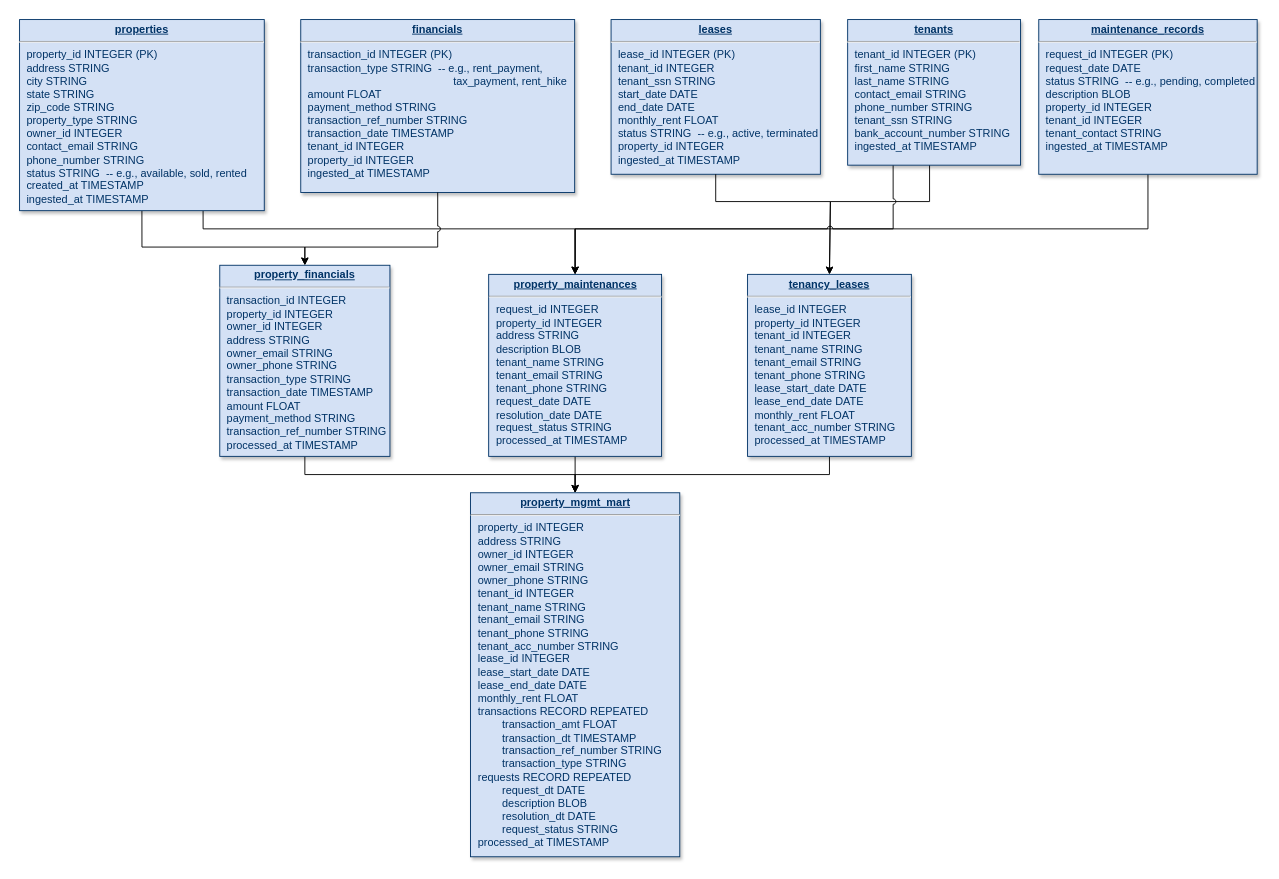
This is PFP-Sample/PFP-Data-Model.drawio from harshaldharme/ProjectSpaces, a draw.io file, before an edit. Source tidied: cells renumbered, new cells numbered last; positions are measured from the earlier drawing's top-left corner, leaving out a move shared by most shapes. Both pictures are drawn from the tidied source at 91%, with x=0, y=0 at pixel (19, 19).
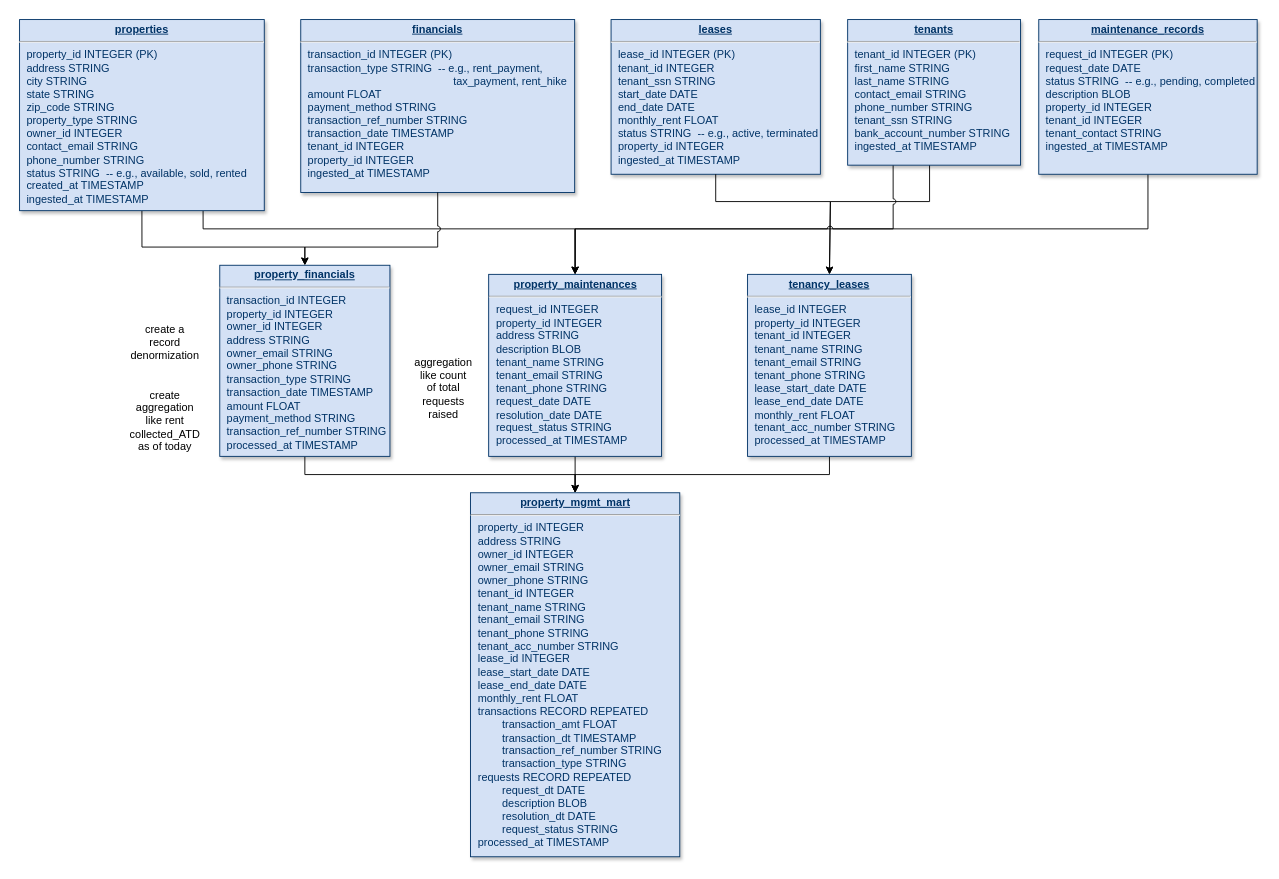
Above is the later version.

The edit, as a diff of the source:
```diff
@@
+    <mxCell id="21" value="create a record denormization&lt;div&gt;&lt;br&gt;&lt;/div&gt;&lt;div&gt;&lt;br&gt;&lt;/div&gt;&lt;div&gt;create aggregation like rent collected_ATD as of today&lt;/div&gt;" style="text;html=1;align=center;verticalAlign=middle;whiteSpace=wrap;rounded=0;" parent="1" vertex="1">
+      <mxGeometry x="130" y="390" width="60" height="30" as="geometry" />
+    </mxCell>
+    <mxCell id="22" value="aggregation&lt;div&gt;like count of total requests raised&lt;/div&gt;" style="text;html=1;align=center;verticalAlign=middle;whiteSpace=wrap;rounded=0;" parent="1" vertex="1">
+      <mxGeometry x="436" y="390" width="60" height="30" as="geometry" />
+    </mxCell>
```
